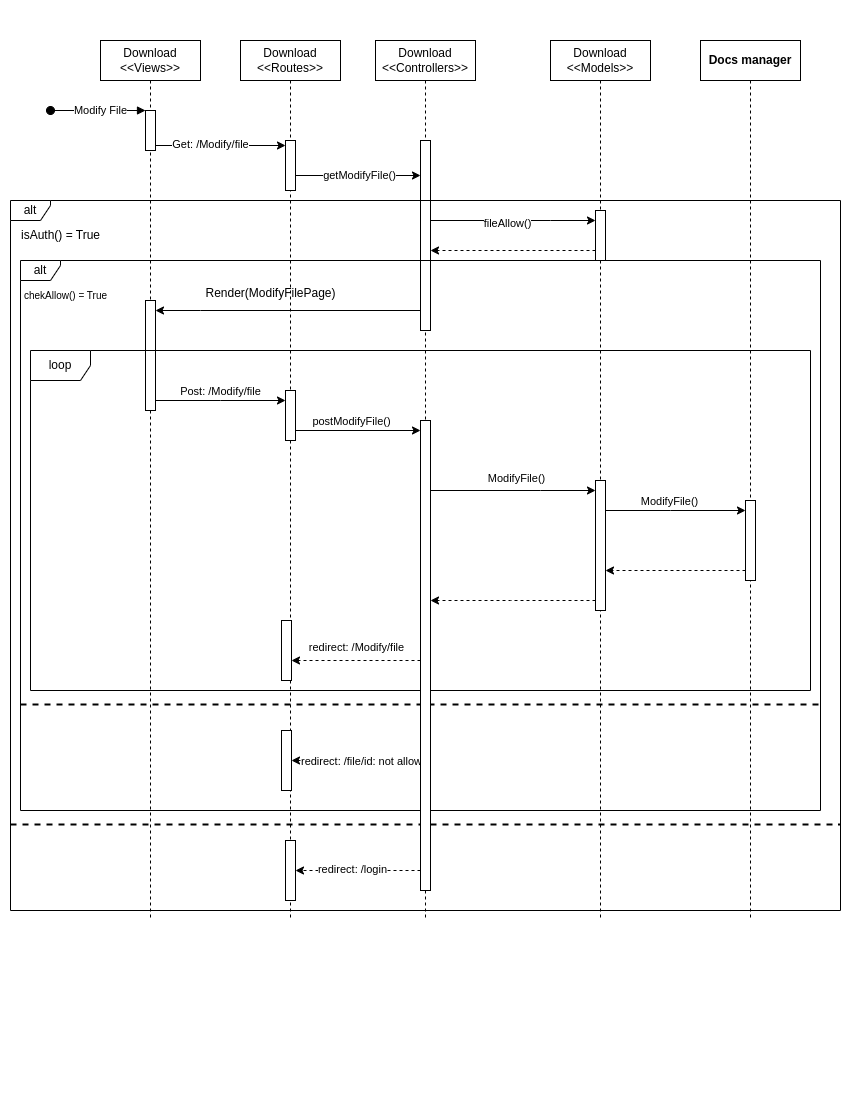
Above: seq diagram/ModifyFile seq.png in AyoubCherguelaine/Drive-app (draw.io), before the change. Source tidied: cells renumbered, new cells last; positions are measured from the earlier drawing's top-left corner, leaving out a move shared by most shapes.
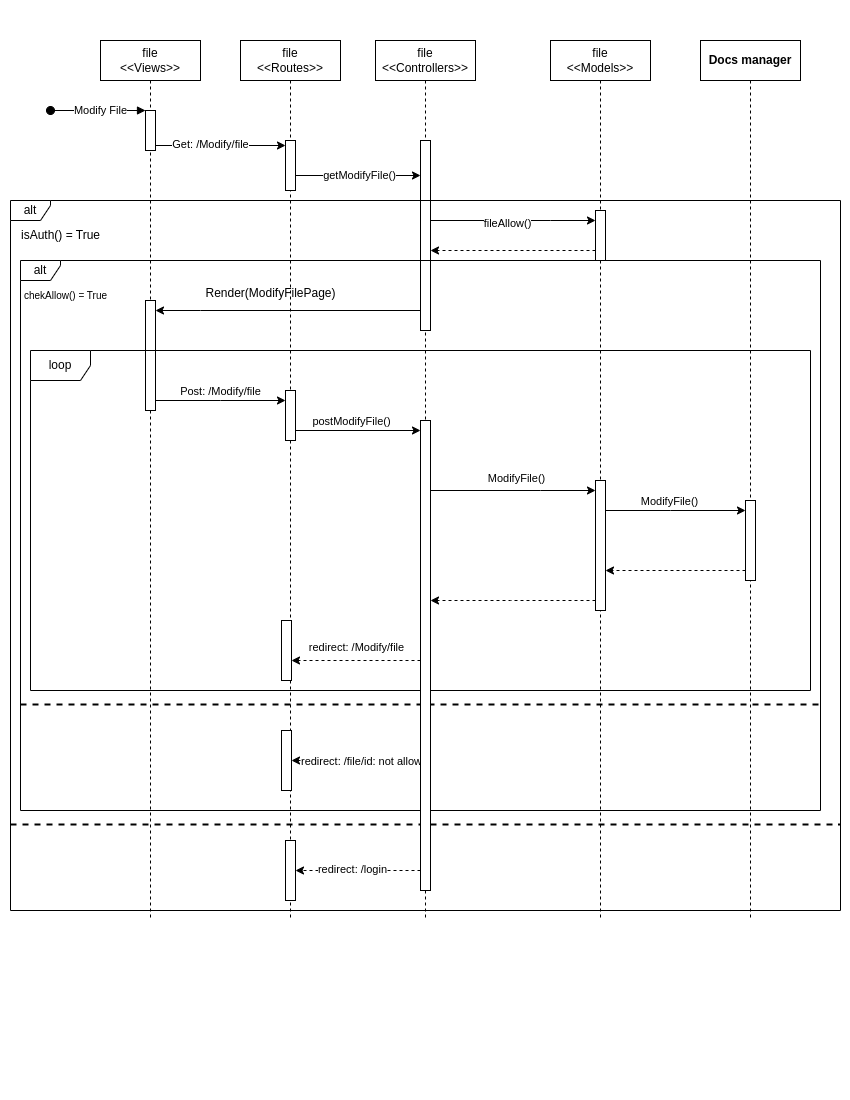
The same file after the commit.

The edit, as a diff of the source:
```diff
@@ -2,7 +2,7 @@
   <root>
     <mxCell id="0" />
     <mxCell id="1" parent="0" />
-    <mxCell id="2" value="Download&lt;br&gt;&amp;lt;&amp;lt;Views&amp;gt;&amp;gt;" style="shape=umlLifeline;perimeter=lifelinePerimeter;whiteSpace=wrap;html=1;newEdgeStyle={&quot;edgeStyle&quot;:&quot;elbowEdgeStyle&quot;,&quot;elbow&quot;:&quot;vertical&quot;,&quot;curved&quot;:0,&quot;rounded&quot;:0};" parent="1" vertex="1">
+    <mxCell id="2" value="file&lt;br&gt;&amp;lt;&amp;lt;Views&amp;gt;&amp;gt;" style="shape=umlLifeline;perimeter=lifelinePerimeter;whiteSpace=wrap;html=1;newEdgeStyle={&quot;edgeStyle&quot;:&quot;elbowEdgeStyle&quot;,&quot;elbow&quot;:&quot;vertical&quot;,&quot;curved&quot;:0,&quot;rounded&quot;:0};" parent="1" vertex="1">
       <mxGeometry x="90" width="100" height="880" as="geometry" />
     </mxCell>
     <mxCell id="3" style="html=1;points=[];perimeter=orthogonalPerimeter;outlineConnect=0;targetShapes=umlLifeline;portConstraint=eastwest;newEdgeStyle={&quot;edgeStyle&quot;:&quot;elbowEdgeStyle&quot;,&quot;elbow&quot;:&quot;vertical&quot;,&quot;curved&quot;:0,&quot;rounded&quot;:0};" parent="2" vertex="1">
@@ -16,7 +16,7 @@
     <mxCell id="5" value="Modify File" style="edgeLabel;html=1;align=center;verticalAlign=middle;" parent="4" vertex="1">
       <mxGeometry x="0.03" y="1" relative="1" as="geometry" />
     </mxCell>
-    <mxCell id="6" value="Download&lt;br&gt;&amp;lt;&amp;lt;Routes&amp;gt;&amp;gt;" style="shape=umlLifeline;perimeter=lifelinePerimeter;whiteSpace=wrap;html=1;newEdgeStyle={&quot;edgeStyle&quot;:&quot;elbowEdgeStyle&quot;,&quot;elbow&quot;:&quot;vertical&quot;,&quot;curved&quot;:0,&quot;rounded&quot;:0};" parent="1" vertex="1">
+    <mxCell id="6" value="file&lt;br&gt;&amp;lt;&amp;lt;Routes&amp;gt;&amp;gt;" style="shape=umlLifeline;perimeter=lifelinePerimeter;whiteSpace=wrap;html=1;newEdgeStyle={&quot;edgeStyle&quot;:&quot;elbowEdgeStyle&quot;,&quot;elbow&quot;:&quot;vertical&quot;,&quot;curved&quot;:0,&quot;rounded&quot;:0};" parent="1" vertex="1">
       <mxGeometry x="230" width="100" height="880" as="geometry" />
     </mxCell>
     <mxCell id="7" style="html=1;points=[];perimeter=orthogonalPerimeter;outlineConnect=0;targetShapes=umlLifeline;portConstraint=eastwest;newEdgeStyle={&quot;edgeStyle&quot;:&quot;elbowEdgeStyle&quot;,&quot;elbow&quot;:&quot;vertical&quot;,&quot;curved&quot;:0,&quot;rounded&quot;:0};" parent="6" vertex="1">
@@ -31,13 +31,13 @@
     <mxCell id="10" style="html=1;points=[];perimeter=orthogonalPerimeter;outlineConnect=0;targetShapes=umlLifeline;portConstraint=eastwest;newEdgeStyle={&quot;edgeStyle&quot;:&quot;elbowEdgeStyle&quot;,&quot;elbow&quot;:&quot;vertical&quot;,&quot;curved&quot;:0,&quot;rounded&quot;:0};" parent="6" vertex="1">
       <mxGeometry x="41" y="690" width="10" height="60" as="geometry" />
     </mxCell>
-    <mxCell id="11" value="Download&lt;br&gt;&amp;lt;&amp;lt;Controllers&amp;gt;&amp;gt;" style="shape=umlLifeline;perimeter=lifelinePerimeter;whiteSpace=wrap;html=1;newEdgeStyle={&quot;edgeStyle&quot;:&quot;elbowEdgeStyle&quot;,&quot;elbow&quot;:&quot;vertical&quot;,&quot;curved&quot;:0,&quot;rounded&quot;:0};" parent="1" vertex="1">
+    <mxCell id="11" value="file&lt;br&gt;&amp;lt;&amp;lt;Controllers&amp;gt;&amp;gt;" style="shape=umlLifeline;perimeter=lifelinePerimeter;whiteSpace=wrap;html=1;newEdgeStyle={&quot;edgeStyle&quot;:&quot;elbowEdgeStyle&quot;,&quot;elbow&quot;:&quot;vertical&quot;,&quot;curved&quot;:0,&quot;rounded&quot;:0};" parent="1" vertex="1">
       <mxGeometry x="365" width="100" height="880" as="geometry" />
     </mxCell>
     <mxCell id="12" style="html=1;perimeter=orthogonalPerimeter;targetShapes=umlLifeline;newEdgeStyle={&quot;edgeStyle&quot;:&quot;elbowEdgeStyle&quot;,&quot;elbow&quot;:&quot;vertical&quot;,&quot;curved&quot;:0,&quot;rounded&quot;:0};" parent="11" vertex="1">
       <mxGeometry x="45" y="100" width="10" height="190" as="geometry" />
     </mxCell>
-    <mxCell id="13" value="Download&lt;br&gt;&amp;lt;&amp;lt;Models&amp;gt;&amp;gt;" style="shape=umlLifeline;perimeter=lifelinePerimeter;whiteSpace=wrap;html=1;newEdgeStyle={&quot;edgeStyle&quot;:&quot;elbowEdgeStyle&quot;,&quot;elbow&quot;:&quot;vertical&quot;,&quot;curved&quot;:0,&quot;rounded&quot;:0};" parent="1" vertex="1">
+    <mxCell id="13" value="file&lt;br&gt;&amp;lt;&amp;lt;Models&amp;gt;&amp;gt;" style="shape=umlLifeline;perimeter=lifelinePerimeter;whiteSpace=wrap;html=1;newEdgeStyle={&quot;edgeStyle&quot;:&quot;elbowEdgeStyle&quot;,&quot;elbow&quot;:&quot;vertical&quot;,&quot;curved&quot;:0,&quot;rounded&quot;:0};" parent="1" vertex="1">
       <mxGeometry x="540" width="100" height="880" as="geometry" />
     </mxCell>
     <mxCell id="14" style="html=1;points=[];perimeter=orthogonalPerimeter;outlineConnect=0;targetShapes=umlLifeline;portConstraint=eastwest;newEdgeStyle={&quot;edgeStyle&quot;:&quot;elbowEdgeStyle&quot;,&quot;elbow&quot;:&quot;vertical&quot;,&quot;curved&quot;:0,&quot;rounded&quot;:0};" parent="13" vertex="1">
```
